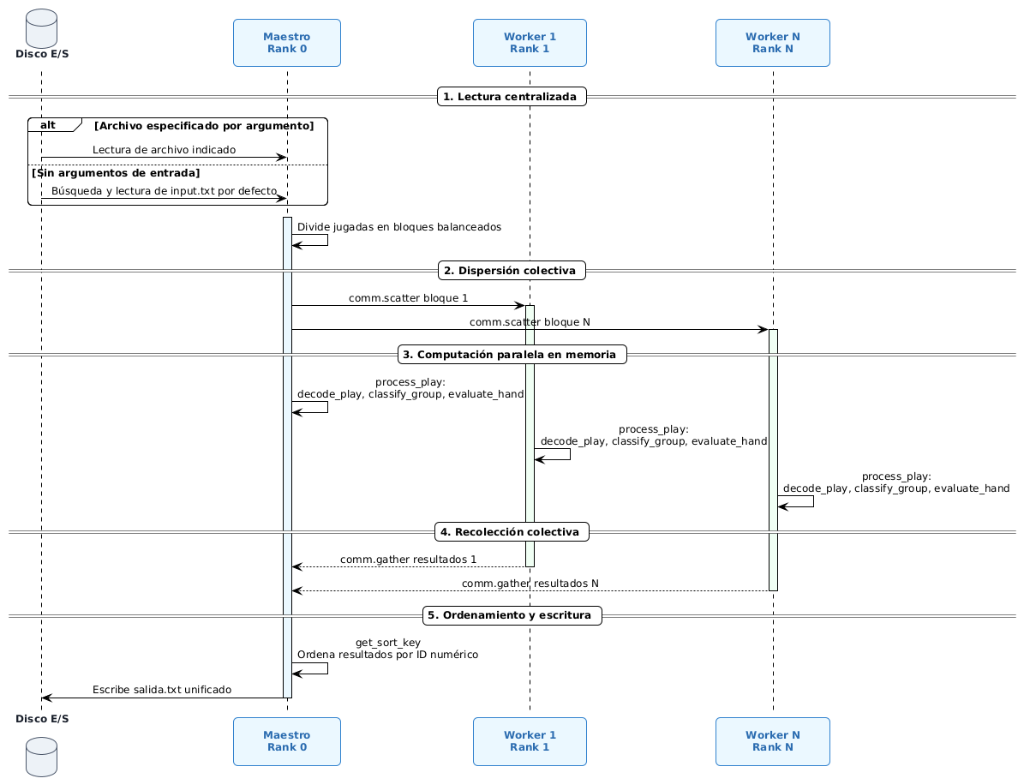
Above: docs/diagrama_comunicacion.png in edwynG/ad-mahjong-eval (PlantUML), before the change. Its source is kept beside it as docs/plantuml/diagrama_comunicacion.puml. Its diagram source:
```plantuml
@startuml
!theme plain
skinparam backgroundColor #FFFFFF
skinparam defaultFontName Arial
skinparam defaultFontSize 12
skinparam roundCorner 10
skinparam shadowing false
skinparam sequenceMessageAlign center

<style>
sequenceDiagram {
  participant {
    Padding 14
    FontStyle bold
  }
}
</style>

skinparam participant {
    BackgroundColor #EBF8FF
    BorderColor #3182CE
    FontColor #2B6CB0
}

skinparam database {
    BackgroundColor #EDF2F7
    BorderColor #4A5568
    FontColor #1A202C
    FontStyle bold
}

database "  Disco E/S\n  " as Disk
participant "     Maestro     \n     Rank 0     " as Master
participant "     Worker 1     \n     Rank 1     " as W1
participant "     Worker N     \n     Rank N     " as WN

== 1. Lectura centralizada ==
alt Archivo especificado por argumento
    Disk -> Master : Lectura de archivo indicado
else Sin argumentos de entrada
    Disk -> Master : Búsqueda y lectura de input.txt por defecto
end
activate Master #EBF8FF

Master -> Master : Divide jugadas en bloques balanceados

== 2. Dispersión colectiva ==
Master -> W1 : comm.scatter bloque 1
activate W1 #F0FFF4
Master -> WN : comm.scatter bloque N
activate WN #F0FFF4

== 3. Computación paralela en memoria ==
Master -> Master : process_play:\ndecode_play, classify_group, evaluate_hand
W1 -> W1 : process_play:\ndecode_play, classify_group, evaluate_hand
WN -> WN : process_play:\ndecode_play, classify_group, evaluate_hand

== 4. Recolección colectiva ==
W1 --> Master : comm.gather resultados 1
deactivate W1
WN --> Master : comm.gather resultados N
deactivate WN

== 5. Ordenamiento y escritura ==
Master -> Master : get_sort_key\nOrdena resultados por ID numérico
Master -> Disk : Escribe salida.txt unificado
deactivate Master

@enduml
```
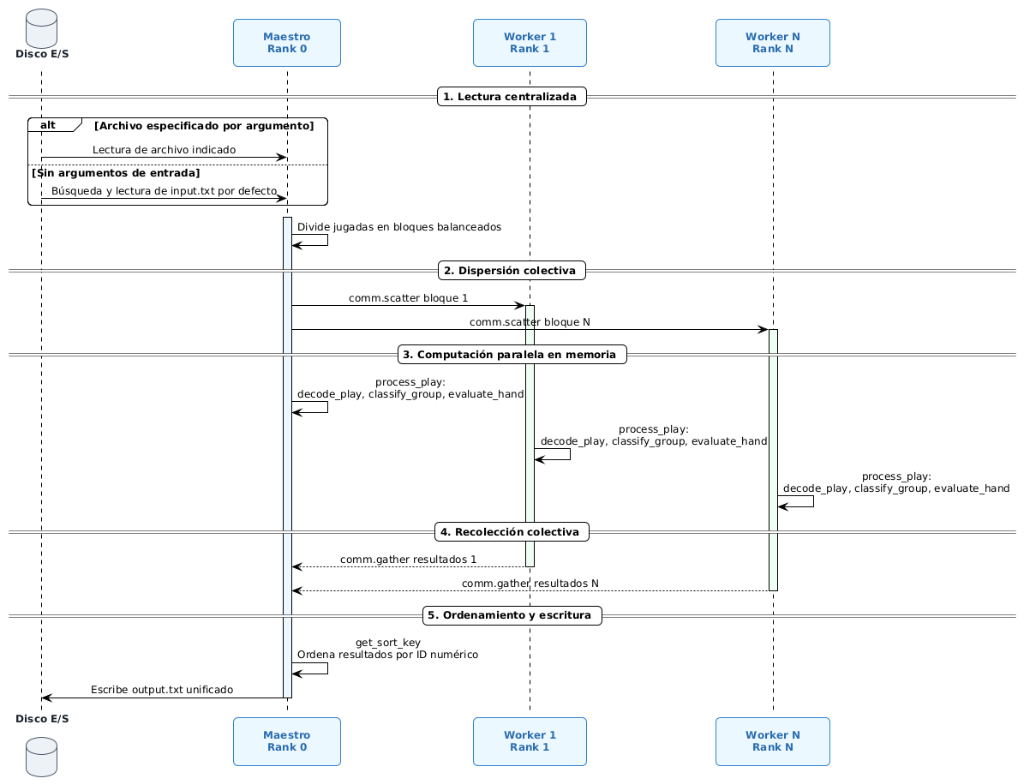
The same file after the commit.

Commit message:
docs: actualizar salida por defecto a output.txt en main, diagramas e informe

What changed in the source:
```diff
@@ -63,7 +63,7 @@
 
 == 5. Ordenamiento y escritura ==
 Master -> Master : get_sort_key\nOrdena resultados por ID numérico
-Master -> Disk : Escribe salida.txt unificado
+Master -> Disk : Escribe output.txt unificado
 deactivate Master
 
 @enduml
```
